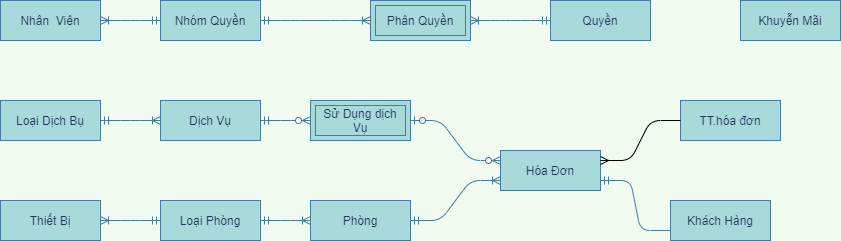
This is EntityRelationship-QLKS.png from maialino123/QLKS, a draw.io export, as it was before one commit. Source tidied: cells renumbered, new cells last; positions are measured from the earlier drawing's top-left corner, leaving out a move shared by most shapes.
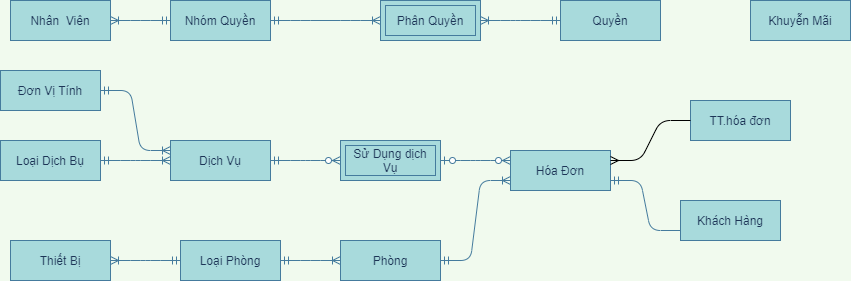
After the commit.

The edit, as a diff of the source:
```diff
@@ -15,7 +15,7 @@
       <mxGeometry relative="1" as="geometry" />
     </mxCell>
     <mxCell id="6" value="Sử Dụng dịch Vụ" style="shape=ext;margin=3;double=1;whiteSpace=wrap;html=1;align=center;strokeColor=#457B9D;fillColor=#A8DADC;fontColor=#1D3557;" parent="1" vertex="1">
-      <mxGeometry x="310" y="100" width="100" height="40" as="geometry" />
+      <mxGeometry x="330" y="140" width="100" height="40" as="geometry" />
     </mxCell>
     <mxCell id="7" style="edgeStyle=entityRelationEdgeStyle;fontSize=12;html=1;endArrow=ERoneToMany;startArrow=ERmandOne;strokeColor=#457B9D;fontColor=#1D3557;entryX=1;entryY=0.5;entryDx=0;entryDy=0;exitX=0;exitY=0.5;exitDx=0;exitDy=0;labelBackgroundColor=#F1FAEE;" parent="1" edge="1" source="11" target="8">
       <mxGeometry relative="1" as="geometry" />
@@ -36,22 +36,22 @@
       <mxGeometry width="100" height="40" as="geometry" />
     </mxCell>
     <mxCell id="13" value="Loại Dịch Bụ" style="whiteSpace=wrap;html=1;align=center;rounded=0;sketch=0;strokeColor=#457B9D;fillColor=#A8DADC;fontColor=#1D3557;" parent="1" vertex="1">
-      <mxGeometry y="100" width="100" height="40" as="geometry" />
+      <mxGeometry x="-10" y="140" width="100" height="40" as="geometry" />
     </mxCell>
     <mxCell id="14" value="Dịch Vụ" style="whiteSpace=wrap;html=1;align=center;rounded=0;sketch=0;strokeColor=#457B9D;fillColor=#A8DADC;fontColor=#1D3557;" parent="1" vertex="1">
-      <mxGeometry x="160" y="100" width="100" height="40" as="geometry" />
+      <mxGeometry x="160" y="140" width="100" height="40" as="geometry" />
     </mxCell>
     <mxCell id="15" value="Khuyễn Mãi" style="whiteSpace=wrap;html=1;align=center;rounded=0;sketch=0;strokeColor=#457B9D;fillColor=#A8DADC;fontColor=#1D3557;" parent="1" vertex="1">
       <mxGeometry x="740" width="100" height="40" as="geometry" />
     </mxCell>
     <mxCell id="16" value="Thiết Bị" style="whiteSpace=wrap;html=1;align=center;rounded=0;sketch=0;strokeColor=#457B9D;fillColor=#A8DADC;fontColor=#1D3557;" parent="1" vertex="1">
-      <mxGeometry y="200" width="100" height="40" as="geometry" />
+      <mxGeometry y="240" width="100" height="40" as="geometry" />
     </mxCell>
     <mxCell id="17" value="Loại Phòng" style="whiteSpace=wrap;html=1;align=center;rounded=0;sketch=0;strokeColor=#457B9D;fillColor=#A8DADC;fontColor=#1D3557;" parent="1" vertex="1">
-      <mxGeometry x="160" y="200" width="100" height="40" as="geometry" />
+      <mxGeometry x="170" y="240" width="100" height="40" as="geometry" />
     </mxCell>
     <mxCell id="18" value="Phòng" style="whiteSpace=wrap;html=1;align=center;rounded=0;sketch=0;strokeColor=#457B9D;fillColor=#A8DADC;fontColor=#1D3557;" parent="1" vertex="1">
-      <mxGeometry x="310" y="200" width="100" height="40" as="geometry" />
+      <mxGeometry x="330" y="240" width="100" height="40" as="geometry" />
     </mxCell>
     <mxCell id="19" value="Khách Hàng" style="whiteSpace=wrap;html=1;align=center;rounded=0;sketch=0;strokeColor=#457B9D;fillColor=#A8DADC;fontColor=#1D3557;" parent="1" vertex="1">
       <mxGeometry x="670" y="200" width="100" height="40" as="geometry" />
@@ -77,5 +77,11 @@
     <mxCell id="26" style="edgeStyle=entityRelationEdgeStyle;fontSize=12;html=1;endArrow=ERmany;exitX=0;exitY=0.5;exitDx=0;exitDy=0;entryX=1;entryY=0.25;entryDx=0;entryDy=0;" parent="1" edge="1" source="25" target="20">
       <mxGeometry relative="1" as="geometry" />
     </mxCell>
+    <mxCell id="27" value="Đơn Vị Tính" style="whiteSpace=wrap;html=1;align=center;rounded=0;sketch=0;strokeColor=#457B9D;fillColor=#A8DADC;fontColor=#1D3557;" parent="1" vertex="1">
+      <mxGeometry x="-10" y="70" width="100" height="40" as="geometry" />
+    </mxCell>
+    <mxCell id="28" style="edgeStyle=entityRelationEdgeStyle;fontSize=12;html=1;endArrow=ERoneToMany;startArrow=ERmandOne;strokeColor=#457B9D;fontColor=#1D3557;exitX=1;exitY=0.5;exitDx=0;exitDy=0;entryX=0;entryY=0.25;entryDx=0;entryDy=0;labelBackgroundColor=#F1FAEE;" parent="1" edge="1" source="27" target="14">
+      <mxGeometry relative="1" as="geometry" />
+    </mxCell>
   </root>
 </mxGraphModel>
```
